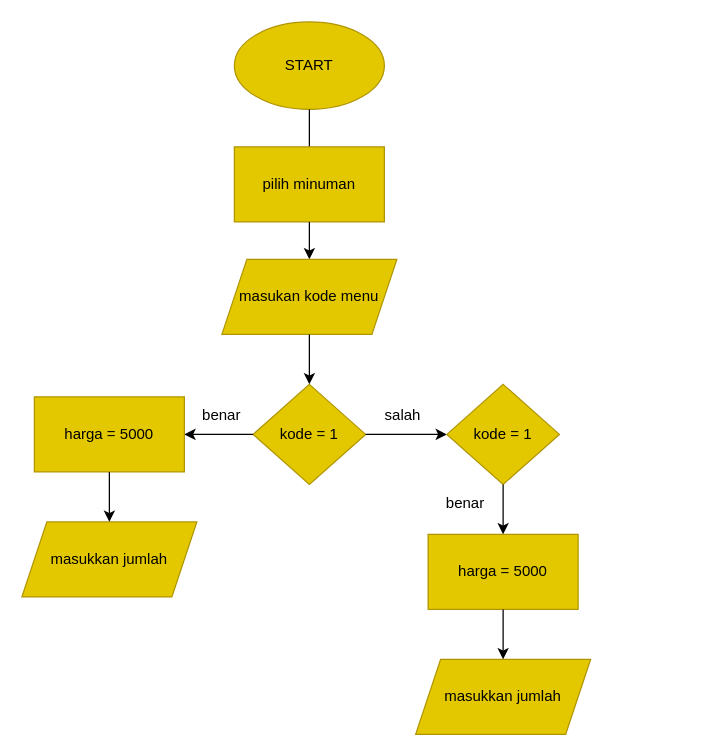
Alditdit/Alditya_Dwinata-Order_minuman_online keeps this draw.io diagram as flowchart.drawio. Above is the earlier version. Source tidied: cells renumbered, new cells numbered last; positions are measured from the earlier drawing's top-left corner, leaving out a move shared by most shapes. Both pictures are drawn from the tidied source at 125%, with x=0, y=0 at pixel (21, 21).
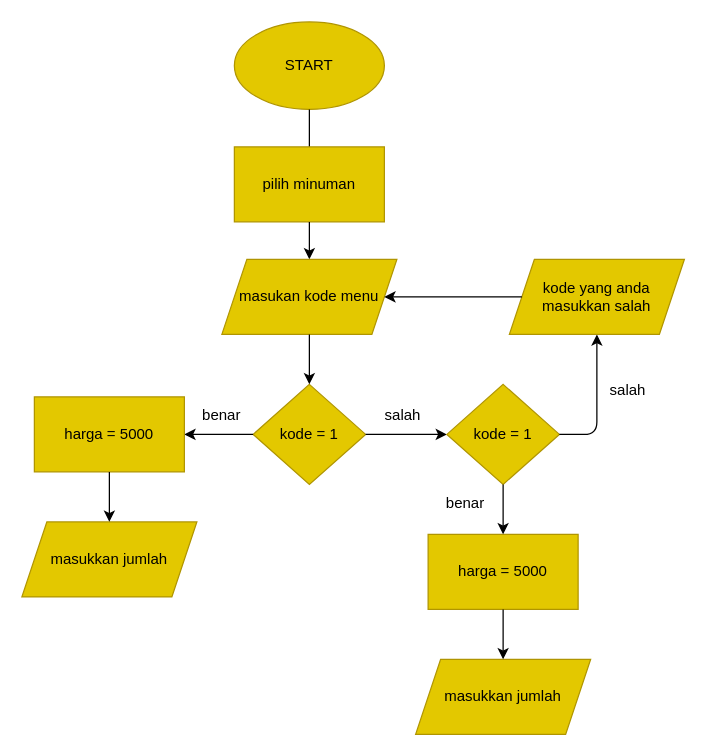
After the change.

Commit message:
pengkondisian jika jawaban salah yang kedua kali

Unchanged cells that the change refers to:
```xml
<mxCell id="6" value="&lt;div&gt;&lt;span&gt;masukan kode menu&lt;/span&gt;&lt;/div&gt;" style="shape=parallelogram;perimeter=parallelogramPerimeter;whiteSpace=wrap;html=1;fixedSize=1;fillColor=#e3c800;fontColor=#000000;strokeColor=#B09500;align=center;" parent="1" vertex="1">
  <mxGeometry x="160" y="190" width="140" height="60" as="geometry" />
</mxCell>
<mxCell id="16" value="kode = 1" style="rhombus;whiteSpace=wrap;html=1;fillColor=#e3c800;fontColor=#000000;strokeColor=#B09500;" parent="1" vertex="1">
  <mxGeometry x="340" y="290" width="90" height="80" as="geometry" />
</mxCell>
```

The edit, as a diff of the source:
```diff
@@
+    <mxCell id="22" style="endArrow=classic;html=1;exitX=1;exitY=0.5;exitDx=0;exitDy=0;" parent="1" edge="1" source="16">
+      <mxGeometry relative="1" as="geometry">
+        <mxPoint x="460" y="250" as="targetPoint" />
+        <Array as="points">
+          <mxPoint x="460" y="330" />
+        </Array>
+      </mxGeometry>
+    </mxCell>
+    <mxCell id="23" value="&lt;div&gt;&lt;span&gt;kode yang anda masukkan salah&lt;/span&gt;&lt;/div&gt;" style="shape=parallelogram;perimeter=parallelogramPerimeter;whiteSpace=wrap;html=1;fixedSize=1;fillColor=#e3c800;fontColor=#000000;strokeColor=#B09500;align=center;" parent="1" vertex="1">
+      <mxGeometry x="390" y="190" width="140" height="60" as="geometry" />
+    </mxCell>
+    <mxCell id="24" style="endArrow=classic;html=1;exitX=0;exitY=0.5;exitDx=0;exitDy=0;" parent="1" edge="1" source="23" target="6">
+      <mxGeometry relative="1" as="geometry" />
+    </mxCell>
+    <mxCell id="25" value="salah" style="text;html=1;strokeColor=none;fillColor=none;align=center;verticalAlign=middle;whiteSpace=wrap;rounded=0;" parent="1" vertex="1">
+      <mxGeometry x="455" y="280" width="60" height="30" as="geometry" />
+    </mxCell>
```
